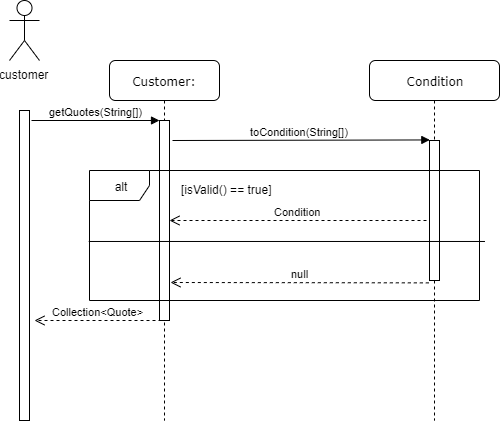
Earlier version of the draw.io export diagram/cw2_sequence.png (SatoMichi/SE_CW_Bike_Rental_System). Source tidied: cells renumbered, new cells last; positions are measured from the earlier drawing's top-left corner, leaving out a move shared by most shapes. The source it was exported from:
```xml
<mxGraphModel background="#ffffff">
  <root>
    <mxCell id="0" />
    <mxCell id="1" parent="0" />
    <mxCell id="2" value="Customer:" style="shape=umlLifeline;perimeter=lifelinePerimeter;whiteSpace=wrap;html=1;rounded=1;shadow=0;comic=0;labelBackgroundColor=none;strokeColor=#000000;strokeWidth=1;fillColor=#FFFFFF;fontFamily=Verdana;fontSize=12;fontColor=#000000;align=center;" parent="1" vertex="1">
      <mxGeometry x="100" y="60" width="110" height="360" as="geometry" />
    </mxCell>
    <mxCell id="3" style="html=1;points=[];perimeter=orthogonalPerimeter;rounded=0;shadow=0;comic=0;labelBackgroundColor=none;strokeColor=#000000;strokeWidth=1;fillColor=#FFFFFF;fontFamily=Verdana;fontSize=12;fontColor=#000000;align=center;" parent="2" vertex="1">
      <mxGeometry x="50" y="60" width="10" height="200" as="geometry" />
    </mxCell>
    <mxCell id="4" value="customer" style="shape=umlActor;verticalLabelPosition=bottom;labelBackgroundColor=#ffffff;verticalAlign=top;html=1;" parent="1" vertex="1">
      <mxGeometry width="30" height="60" as="geometry" />
    </mxCell>
    <mxCell id="5" style="html=1;perimeter=orthogonalPerimeter;" parent="1" vertex="1">
      <mxGeometry x="10" y="110" width="10" height="310" as="geometry" />
    </mxCell>
    <mxCell id="6" value="toCondition(String[])" style="html=1;verticalAlign=bottom;endArrow=block;entryX=0.033;entryY=-0.004;entryDx=0;entryDy=0;entryPerimeter=0;" parent="1" edge="1" target="9">
      <mxGeometry x="-0.01" relative="1" as="geometry">
        <mxPoint x="163" y="140" as="sourcePoint" />
      </mxGeometry>
    </mxCell>
    <mxCell id="7" value="getQuotes(String[])" style="html=1;verticalAlign=bottom;endArrow=block;entryX=0;entryY=0;entryDx=0;entryDy=0;entryPerimeter=0;" parent="1" edge="1" target="3">
      <mxGeometry relative="1" as="geometry">
        <mxPoint x="22" y="120" as="sourcePoint" />
      </mxGeometry>
    </mxCell>
    <mxCell id="8" value="Condition" style="shape=umlLifeline;perimeter=lifelinePerimeter;whiteSpace=wrap;html=1;rounded=1;shadow=0;comic=0;labelBackgroundColor=none;strokeColor=#000000;strokeWidth=1;fillColor=#FFFFFF;fontFamily=Verdana;fontSize=12;fontColor=#000000;align=center;" parent="1" vertex="1">
      <mxGeometry x="360" y="60" width="130" height="360" as="geometry" />
    </mxCell>
    <mxCell id="9" style="html=1;points=[];perimeter=orthogonalPerimeter;rounded=0;shadow=0;comic=0;labelBackgroundColor=none;strokeColor=#000000;strokeWidth=1;fillColor=#FFFFFF;fontFamily=Verdana;fontSize=12;fontColor=#000000;align=center;" parent="8" vertex="1">
      <mxGeometry x="60" y="80" width="10" height="140" as="geometry" />
    </mxCell>
    <mxCell id="10" value="null" style="html=1;verticalAlign=bottom;endArrow=open;dashed=1;endSize=8;exitX=-0.067;exitY=1.017;exitDx=0;exitDy=0;exitPerimeter=0;" parent="1" edge="1" source="9">
      <mxGeometry relative="1" as="geometry">
        <mxPoint x="161" y="282" as="targetPoint" />
      </mxGeometry>
    </mxCell>
    <mxCell id="11" value="Collection&amp;lt;Quote&amp;gt;" style="html=1;verticalAlign=bottom;endArrow=open;dashed=1;endSize=8;exitX=0.2;exitY=1;exitDx=0;exitDy=0;exitPerimeter=0;" parent="1" edge="1" source="3">
      <mxGeometry relative="1" as="geometry">
        <mxPoint x="25" y="320" as="targetPoint" />
      </mxGeometry>
    </mxCell>
    <mxCell id="12" value="alt" style="shape=umlFrame;whiteSpace=wrap;html=1;" parent="1" vertex="1">
      <mxGeometry x="80" y="170" width="390" height="130" as="geometry" />
    </mxCell>
    <mxCell id="13" value="[isValid() == true]" style="text;html=1;align=left;verticalAlign=top;spacingTop=-4;" parent="1" vertex="1">
      <mxGeometry x="170" y="180" width="110" height="20" as="geometry" />
    </mxCell>
    <mxCell id="14" value="Condition" style="html=1;verticalAlign=bottom;endArrow=open;dashed=1;endSize=8;entryX=1;entryY=0.5;entryDx=0;entryDy=0;entryPerimeter=0;" parent="1" edge="1" target="3">
      <mxGeometry relative="1" as="geometry">
        <mxPoint x="417" y="220" as="sourcePoint" />
        <Array as="points">
          <mxPoint x="240" y="220" />
        </Array>
      </mxGeometry>
    </mxCell>
    <mxCell id="15" style="endArrow=none;html=1;exitX=-0.002;exitY=0.546;exitDx=0;exitDy=0;exitPerimeter=0;entryX=1.014;entryY=0.546;entryDx=0;entryDy=0;entryPerimeter=0;" parent="1" edge="1" source="12" target="12">
      <mxGeometry relative="1" as="geometry" />
    </mxCell>
  </root>
</mxGraphModel>
```
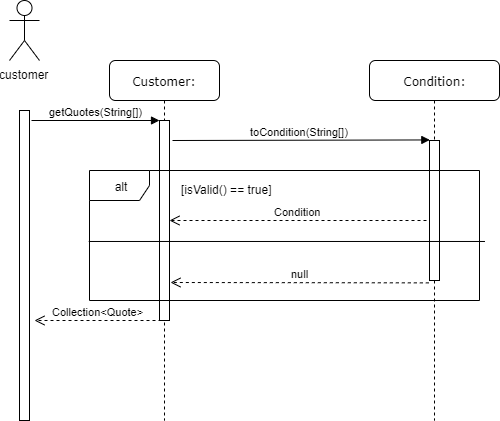
After the commit.

What changed in the source:
```diff
@@ -24,7 +24,7 @@
         <mxPoint x="22" y="120" as="sourcePoint" />
       </mxGeometry>
     </mxCell>
-    <mxCell id="8" value="Condition" style="shape=umlLifeline;perimeter=lifelinePerimeter;whiteSpace=wrap;html=1;rounded=1;shadow=0;comic=0;labelBackgroundColor=none;strokeColor=#000000;strokeWidth=1;fillColor=#FFFFFF;fontFamily=Verdana;fontSize=12;fontColor=#000000;align=center;" parent="1" vertex="1">
+    <mxCell id="8" value="Condition:" style="shape=umlLifeline;perimeter=lifelinePerimeter;whiteSpace=wrap;html=1;rounded=1;shadow=0;comic=0;labelBackgroundColor=none;strokeColor=#000000;strokeWidth=1;fillColor=#FFFFFF;fontFamily=Verdana;fontSize=12;fontColor=#000000;align=center;" parent="1" vertex="1">
       <mxGeometry x="360" y="60" width="130" height="360" as="geometry" />
     </mxCell>
     <mxCell id="9" style="html=1;points=[];perimeter=orthogonalPerimeter;rounded=0;shadow=0;comic=0;labelBackgroundColor=none;strokeColor=#000000;strokeWidth=1;fillColor=#FFFFFF;fontFamily=Verdana;fontSize=12;fontColor=#000000;align=center;" parent="8" vertex="1">
```
